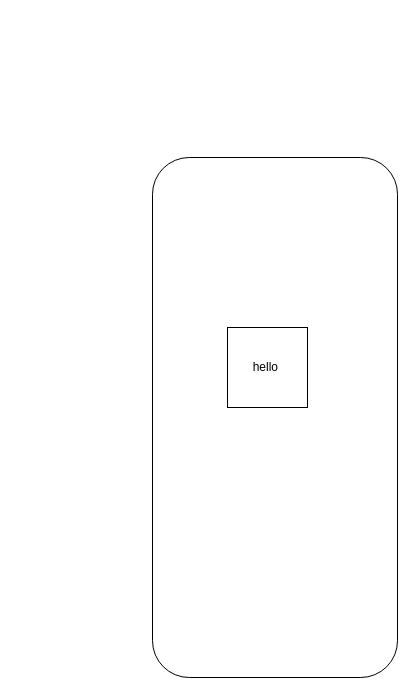
Before: test.drawio in Vaibhav-G-Parmar/Chronicle-Your-Ultimate-Travel-Companion, a draw.io diagram. Source tidied: cells renumbered, new cells numbered last; positions are measured from the earlier drawing's top-left corner, leaving out a move shared by most shapes. Both pictures are drawn from the tidied source at 100%, with x=0, y=0 at pixel (152, 157).
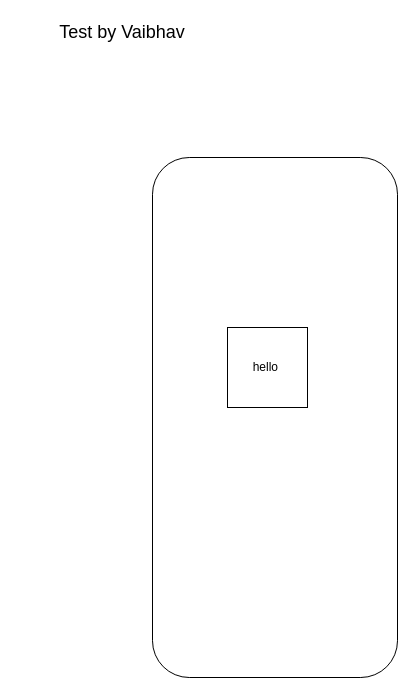
Above is the later version.

The edit, as a diff of the source:
```diff
@@
 <mxGraphModel>
   <root>
     <mxCell id="0" />
     <mxCell id="1" parent="0" />
+    <mxCell id="4" value="&lt;font style=&quot;font-size: 18px;&quot;&gt;Test by Vaibhav&lt;/font&gt;" style="text;html=1;strokeColor=none;fillColor=none;align=center;verticalAlign=middle;whiteSpace=wrap;rounded=0;" parent="1" vertex="1">
+      <mxGeometry x="-135" y="-140" width="210" height="30" as="geometry" />
+    </mxCell>
     <mxCell id="2" style="rounded=1;whiteSpace=wrap;html=1;" parent="1" vertex="1">
       <mxGeometry width="245" height="520" as="geometry" />
     </mxCell>
     <mxCell id="3" value="hello&amp;nbsp;" style="whiteSpace=wrap;html=1;" parent="1" vertex="1">
       <mxGeometry x="75" y="170" width="80" height="80" as="geometry" />
     </mxCell>
   </root>
 </mxGraphModel>
```
